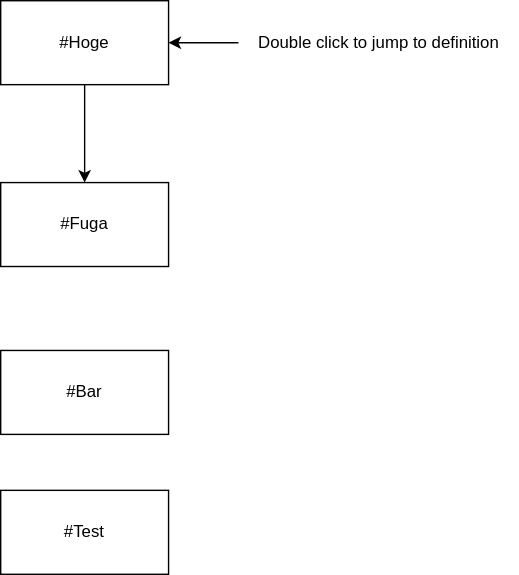
Above: class.drawio.svg in meshimeshi/drawio_integration (draw.io), before the change. Source tidied: cells renumbered, new cells last; positions are measured from the earlier drawing's top-left corner, leaving out a move shared by most shapes. Source of this version:
```xml
<mxGraphModel>
  <root>
    <mxCell id="0" />
    <mxCell id="1" parent="0" />
    <mxCell id="2" value="#Fuga" style="whiteSpace=wrap;html=1;" parent="1" vertex="1">
      <mxGeometry y="130" width="120" height="60" as="geometry" />
    </mxCell>
    <mxCell id="3" style="edgeStyle=none;html=1;" parent="1" edge="1" source="4" target="2">
      <mxGeometry relative="1" as="geometry" />
    </mxCell>
    <mxCell id="4" value="#Hoge" style="whiteSpace=wrap;html=1;" parent="1" vertex="1">
      <mxGeometry width="120" height="60" as="geometry" />
    </mxCell>
    <mxCell id="5" style="edgeStyle=none;html=1;entryX=1;entryY=0.5;entryDx=0;entryDy=0;" parent="1" edge="1" source="6" target="4">
      <mxGeometry relative="1" as="geometry" />
    </mxCell>
    <mxCell id="6" value="Double click to jump to definition" style="text;html=1;align=center;verticalAlign=middle;points=[];strokeColor=none;fillColor=none;" parent="1" vertex="1">
      <mxGeometry x="170" y="15" width="200" height="30" as="geometry" />
    </mxCell>
    <mxCell id="7" value="#Bar" style="whiteSpace=wrap;html=1;" parent="1" vertex="1">
      <mxGeometry y="250" width="120" height="60" as="geometry" />
    </mxCell>
    <mxCell id="8" value="#Test" style="whiteSpace=wrap;html=1;" parent="1" vertex="1">
      <mxGeometry y="350" width="120" height="60" as="geometry" />
    </mxCell>
  </root>
</mxGraphModel>
```
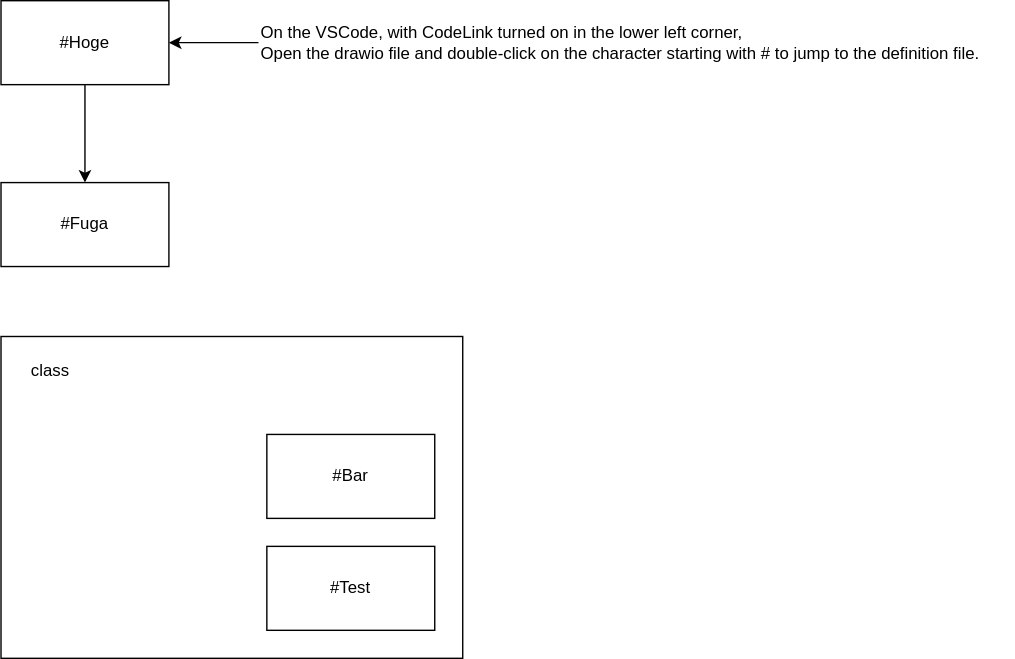
Above is the later version.

Diff of the diagram source:
```diff
@@ -2,6 +2,9 @@
   <root>
     <mxCell id="0" />
     <mxCell id="1" parent="0" />
+    <mxCell id="9" style="whiteSpace=wrap;html=1;align=left;" parent="1" vertex="1">
+      <mxGeometry y="240" width="330" height="230" as="geometry" />
+    </mxCell>
     <mxCell id="2" value="#Fuga" style="whiteSpace=wrap;html=1;" parent="1" vertex="1">
       <mxGeometry y="130" width="120" height="60" as="geometry" />
     </mxCell>
@@ -14,14 +17,17 @@
     <mxCell id="5" style="edgeStyle=none;html=1;entryX=1;entryY=0.5;entryDx=0;entryDy=0;" parent="1" edge="1" source="6" target="4">
       <mxGeometry relative="1" as="geometry" />
     </mxCell>
-    <mxCell id="6" value="Double click to jump to definition" style="text;html=1;align=center;verticalAlign=middle;points=[];strokeColor=none;fillColor=none;" parent="1" vertex="1">
-      <mxGeometry x="170" y="15" width="200" height="30" as="geometry" />
+    <mxCell id="6" value="&lt;div&gt;On the VSCode, with CodeLink turned on in the lower left corner,&lt;/div&gt;&lt;div&gt;Open the drawio file and double-click on the character starting with # to jump to the definition file.&lt;/div&gt;" style="text;html=1;align=left;verticalAlign=middle;points=[];strokeColor=none;fillColor=none;" parent="1" vertex="1">
+      <mxGeometry x="184" y="10" width="540" height="40" as="geometry" />
     </mxCell>
     <mxCell id="7" value="#Bar" style="whiteSpace=wrap;html=1;" parent="1" vertex="1">
-      <mxGeometry y="250" width="120" height="60" as="geometry" />
+      <mxGeometry x="190" y="310" width="120" height="60" as="geometry" />
     </mxCell>
     <mxCell id="8" value="#Test" style="whiteSpace=wrap;html=1;" parent="1" vertex="1">
-      <mxGeometry y="350" width="120" height="60" as="geometry" />
+      <mxGeometry x="190" y="390" width="120" height="60" as="geometry" />
     </mxCell>
+    <mxCell id="10" value="class" style="text;html=1;align=center;verticalAlign=middle;strokeColor=none;fillColor=none;" parent="1" vertex="1">
+      <mxGeometry x="10" y="250" width="50" height="30" as="geometry" />
+    </mxCell>
   </root>
 </mxGraphModel>
```
